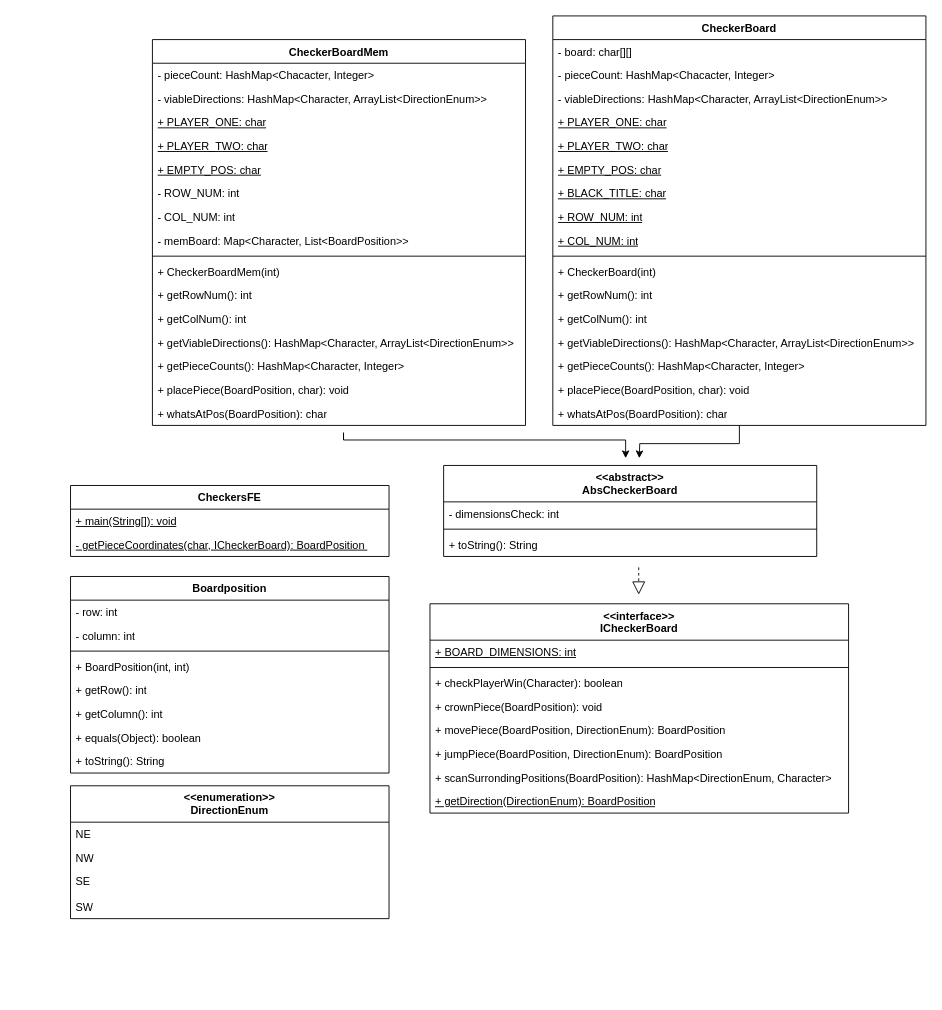
This is UMLs.drawio from ksurisetty11/checkers-project, a draw.io file, before an edit. Source tidied: cells renumbered, new cells numbered last; positions are measured from the earlier drawing's top-left corner, leaving out a move shared by most shapes. Both pictures are drawn from the tidied source at 91%, with x=0, y=0 at pixel (70, 15).
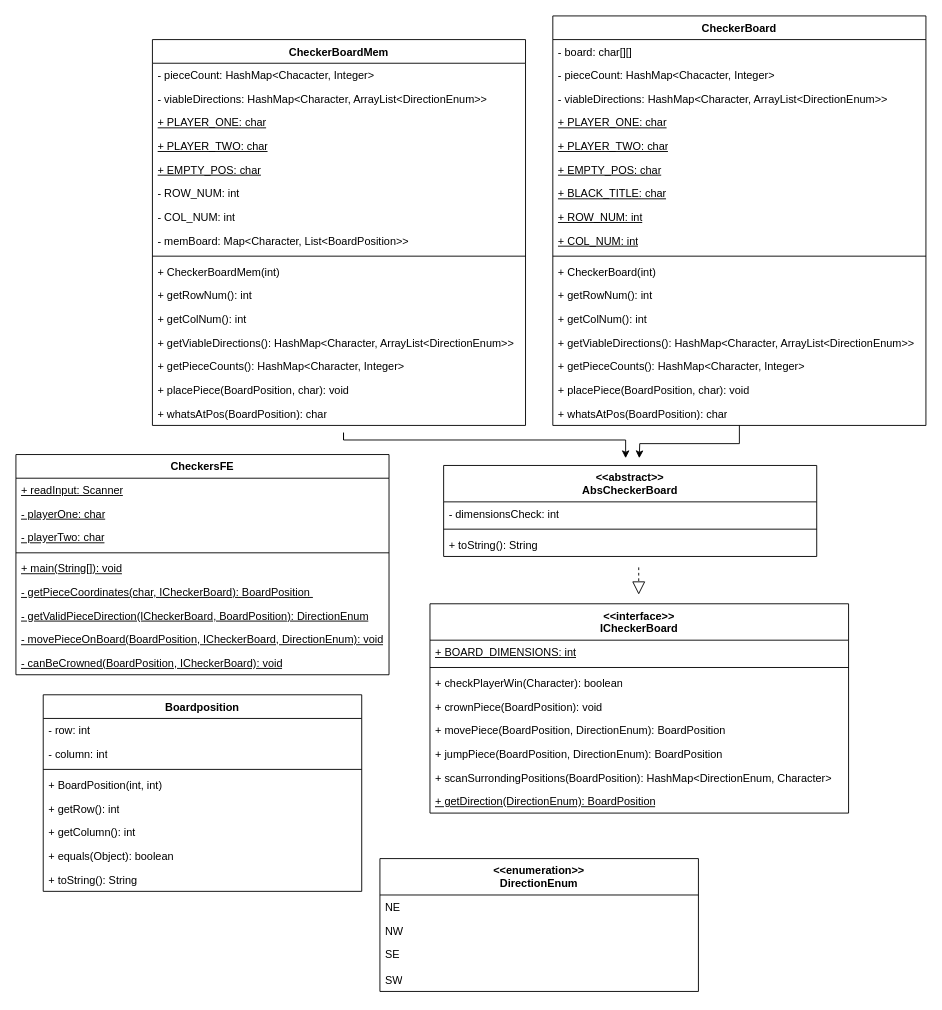
The same page after the edit.

Commit message:
Updated all UMLs

The edit, as a diff of the source:
```diff
@@
     <mxCell id="2" value="Boardposition" style="swimlane;fontStyle=1;align=center;verticalAlign=top;horizontal=1;startSize=26;whiteSpace=wrap;html=1;" parent="1" vertex="1">
-      <mxGeometry y="616" width="350" height="216" as="geometry" />
+      <mxGeometry x="-30" y="746" width="350" height="216" as="geometry" />
     </mxCell>
@@
-    <mxCell id="11" value="&lt;b&gt;CheckersFE&lt;/b&gt;" style="swimlane;fontStyle=0;horizontal=1;startSize=26;fillColor=none;whiteSpace=wrap;html=1;" parent="1" vertex="1">
-      <mxGeometry y="516" width="350" height="78" as="geometry" />
-    </mxCell>
-    <mxCell id="12" value="&lt;u&gt;+ main(String[]): void&lt;/u&gt;" style="text;strokeColor=none;fillColor=none;align=left;verticalAlign=top;spacingLeft=4;spacingRight=4;overflow=hidden;whiteSpace=wrap;html=1;" parent="11" vertex="1">
-      <mxGeometry y="26" width="350" height="26" as="geometry" />
-    </mxCell>
-    <mxCell id="13" value="- getPieceCoordinates(char, ICheckerBoard): BoardPosition&amp;nbsp;" style="text;strokeColor=none;fillColor=none;align=left;verticalAlign=top;spacingLeft=4;spacingRight=4;overflow=hidden;whiteSpace=wrap;html=1;fontStyle=4;" parent="11" vertex="1">
-      <mxGeometry y="52" width="350" height="26" as="geometry" />
-    </mxCell>
     <mxCell id="14" value="&lt;b&gt;&amp;lt;&amp;lt;enumeration&amp;gt;&amp;gt;&lt;/b&gt;&lt;div&gt;&lt;b&gt;DirectionEnum&lt;/b&gt;&lt;/div&gt;" style="swimlane;fontStyle=0;horizontal=1;startSize=40;fillColor=none;whiteSpace=wrap;html=1;" parent="1" vertex="1">
-      <mxGeometry y="846" width="350" height="146" as="geometry" />
+      <mxGeometry x="340" y="926" width="350" height="146" as="geometry" />
     </mxCell>
@@
+    <mxCell id="11" value="CheckersFE" style="swimlane;fontStyle=1;align=center;verticalAlign=top;horizontal=1;startSize=26;whiteSpace=wrap;html=1;" parent="1" vertex="1">
+      <mxGeometry x="-60" y="482" width="410" height="242" as="geometry" />
+    </mxCell>
+    <mxCell id="70" value="&lt;u&gt;+ readInput: Scanner&lt;/u&gt;" style="text;strokeColor=none;fillColor=none;align=left;verticalAlign=top;spacingLeft=4;spacingRight=4;overflow=hidden;whiteSpace=wrap;html=1;" parent="11" vertex="1">
+      <mxGeometry y="26" width="410" height="26" as="geometry" />
+    </mxCell>
+    <mxCell id="71" value="&lt;u&gt;- playerOne: char&lt;/u&gt;" style="text;strokeColor=none;fillColor=none;align=left;verticalAlign=top;spacingLeft=4;spacingRight=4;overflow=hidden;whiteSpace=wrap;html=1;" parent="11" vertex="1">
+      <mxGeometry y="52" width="410" height="26" as="geometry" />
+    </mxCell>
+    <mxCell id="72" value="- playerTwo: char" style="text;strokeColor=none;fillColor=none;align=left;verticalAlign=top;spacingLeft=4;spacingRight=4;overflow=hidden;whiteSpace=wrap;html=1;fontStyle=4;" parent="11" vertex="1">
+      <mxGeometry y="78" width="410" height="26" as="geometry" />
+    </mxCell>
+    <mxCell id="73" style="line;strokeWidth=1;fillColor=none;align=left;verticalAlign=middle;spacingTop=-1;spacingLeft=3;spacingRight=3;labelPosition=right;strokeColor=inherit;" parent="11" vertex="1">
+      <mxGeometry y="104" width="410" height="8" as="geometry" />
+    </mxCell>
+    <mxCell id="12" value="&lt;u&gt;+ main(String[]): void&lt;/u&gt;" style="text;strokeColor=none;fillColor=none;align=left;verticalAlign=top;spacingLeft=4;spacingRight=4;overflow=hidden;whiteSpace=wrap;html=1;" parent="11" vertex="1">
+      <mxGeometry y="112" width="410" height="26" as="geometry" />
+    </mxCell>
+    <mxCell id="13" value="&lt;span style=&quot;text-decoration-line: underline;&quot;&gt;- getPieceCoordinates(char, ICheckerBoard): BoardPosition&amp;nbsp;&lt;/span&gt;" style="text;strokeColor=none;fillColor=none;align=left;verticalAlign=top;spacingLeft=4;spacingRight=4;overflow=hidden;whiteSpace=wrap;html=1;" parent="11" vertex="1">
+      <mxGeometry y="138" width="410" height="26" as="geometry" />
+    </mxCell>
+    <mxCell id="74" value="- getValidPieceDirection(ICheckerBoard, BoardPosition): DirectionEnum" style="text;strokeColor=none;fillColor=none;align=left;verticalAlign=top;spacingLeft=4;spacingRight=4;overflow=hidden;whiteSpace=wrap;html=1;fontStyle=4;" parent="11" vertex="1">
+      <mxGeometry y="164" width="410" height="26" as="geometry" />
+    </mxCell>
+    <mxCell id="75" value="&lt;u&gt;- movePieceOnBoard(BoardPosition, ICheckerBoard, DirectionEnum): void&lt;/u&gt;" style="text;strokeColor=none;fillColor=none;align=left;verticalAlign=top;spacingLeft=4;spacingRight=4;overflow=hidden;whiteSpace=wrap;html=1;" parent="11" vertex="1">
+      <mxGeometry y="190" width="410" height="26" as="geometry" />
+    </mxCell>
+    <mxCell id="76" value="- canBeCrowned(BoardPosition, ICheckerBoard): void" style="text;strokeColor=none;fillColor=none;align=left;verticalAlign=top;spacingLeft=4;spacingRight=4;overflow=hidden;whiteSpace=wrap;html=1;fontStyle=4;" parent="11" vertex="1">
+      <mxGeometry y="216" width="410" height="26" as="geometry" />
+    </mxCell>
```
